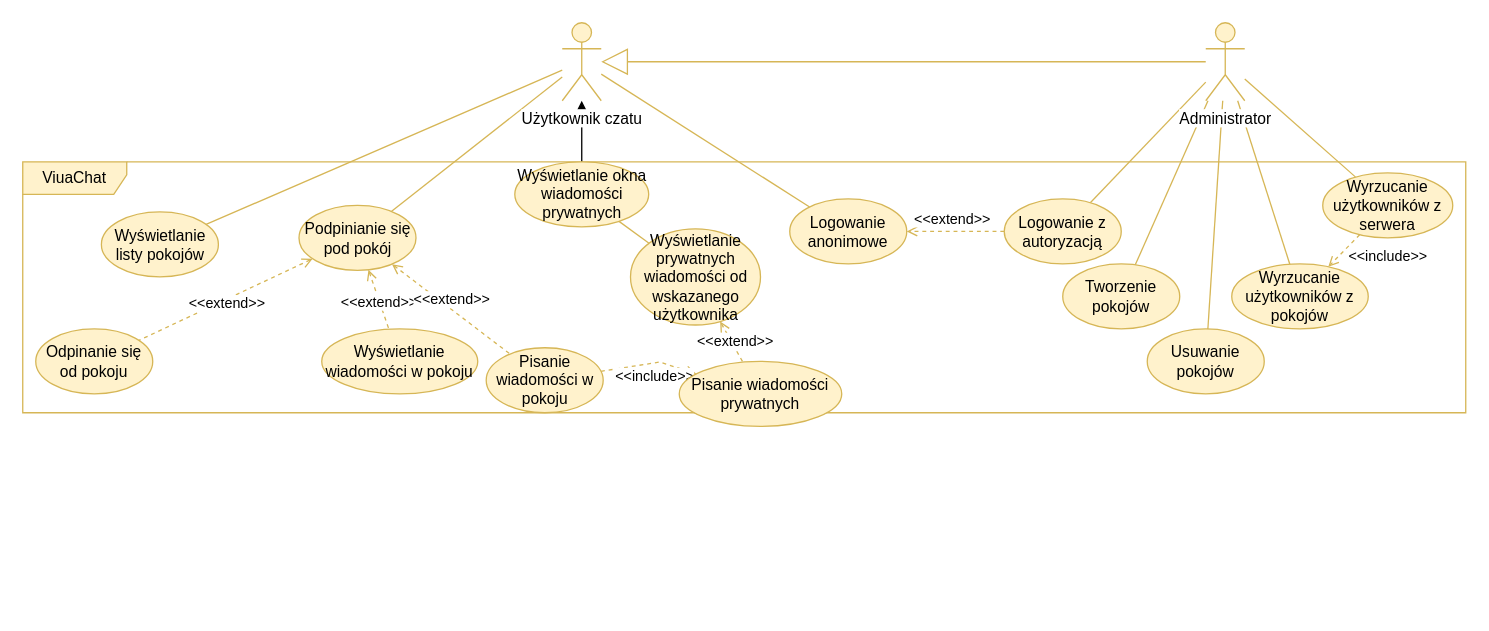
Before: viuachat/diag/DPU viuachat.drawio in marekjm/inzynierka, a draw.io diagram. Source tidied: cells renumbered, new cells numbered last; positions are measured from the earlier drawing's top-left corner, leaving out a move shared by most shapes. Both pictures are drawn from the tidied source at 130%, with x=0, y=0 at pixel (22, 22).
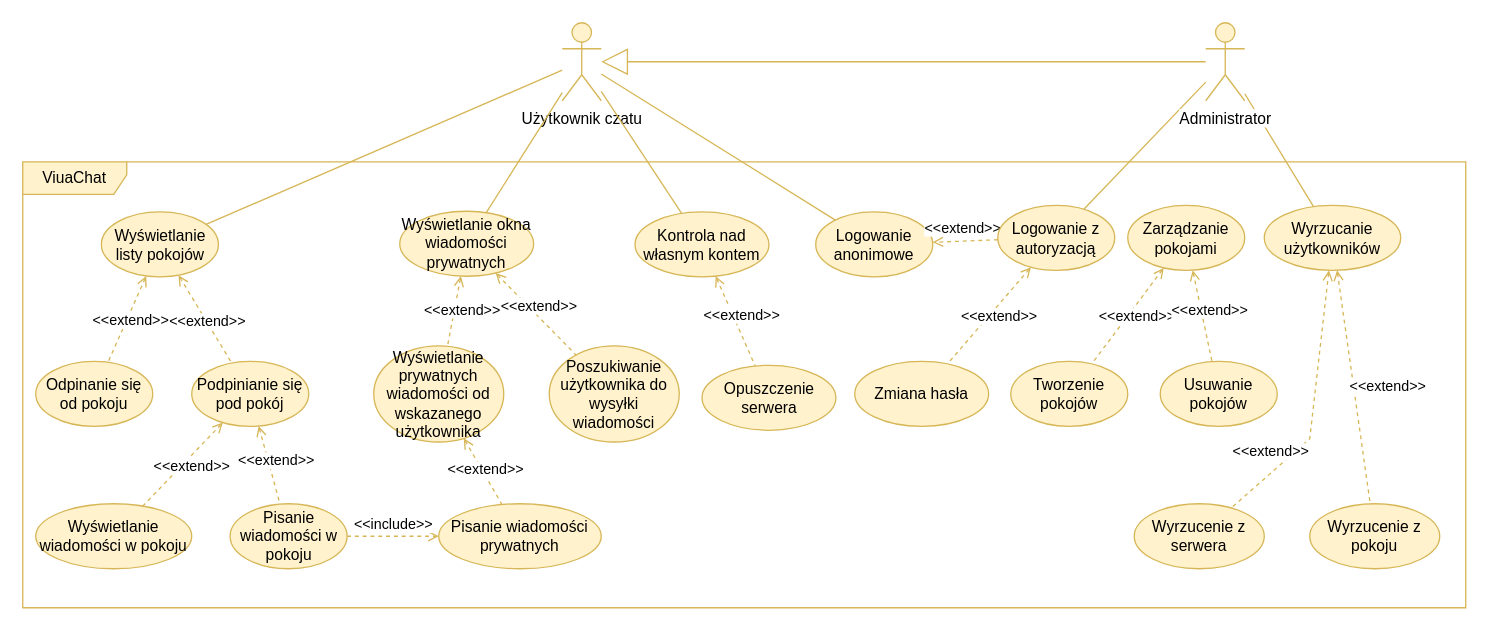
Above is the later version.

Commit message (it also covers changes not shown here):
Dodanie schematu nowego dpu i diagramu komunikacji

Unchanged cells that the change refers to:
```xml
<mxCell id="9" value="Administrator&lt;br&gt;" style="shape=umlActor;verticalLabelPosition=bottom;labelBackgroundColor=#ffffff;verticalAlign=top;html=1;outlineConnect=0;fillColor=#fff2cc;strokeColor=#d6b656;" parent="1" vertex="1">
  <mxGeometry x="910" width="30" height="60" as="geometry" />
</mxCell>
<mxCell id="14" value="Wyświetlanie listy pokojów" style="ellipse;whiteSpace=wrap;html=1;fillColor=#fff2cc;strokeColor=#d6b656;" parent="1" vertex="1">
  <mxGeometry x="60.5" y="145.5" width="90" height="50" as="geometry" />
</mxCell>
<mxCell id="36" value="Użytkownik czatu&lt;br&gt;" style="shape=umlActor;verticalLabelPosition=bottom;labelBackgroundColor=#ffffff;verticalAlign=top;html=1;outlineConnect=0;fillColor=#fff2cc;strokeColor=#d6b656;" parent="1" vertex="1">
  <mxGeometry x="415" width="30" height="60" as="geometry" />
</mxCell>
```

Diff of the diagram source:
```diff
@@
     <mxCell id="2" value="ViuaChat" style="shape=umlFrame;whiteSpace=wrap;html=1;fillColor=#fff2cc;strokeColor=#d6b656;width=80;height=25;" parent="1" vertex="1">
-      <mxGeometry y="107" width="1110" height="193" as="geometry" />
+      <mxGeometry y="107" width="1110" height="343" as="geometry" />
     </mxCell>
@@
-    <mxCell id="4" style="rounded=0;html=1;jettySize=auto;elbow=vertical;endArrow=none;endFill=0;fillColor=#fff2cc;strokeColor=#d6b656;" parent="1" edge="1" source="9" target="29">
-      <mxGeometry relative="1" as="geometry" />
-    </mxCell>
-    <mxCell id="5" style="edgeStyle=none;rounded=0;html=1;endArrow=none;endFill=0;jettySize=auto;fillColor=#fff2cc;strokeColor=#d6b656;" parent="1" edge="1" source="9" target="33">
-      <mxGeometry relative="1" as="geometry" />
-    </mxCell>
-    <mxCell id="6" style="edgeStyle=none;rounded=0;html=1;endArrow=none;endFill=0;jettySize=auto;fillColor=#fff2cc;strokeColor=#d6b656;" parent="1" edge="1" source="9" target="34">
-      <mxGeometry relative="1" as="geometry" />
-    </mxCell>
@@
     <mxCell id="11" value="Logowanie anonimowe" style="ellipse;whiteSpace=wrap;html=1;fillColor=#fff2cc;strokeColor=#d6b656;" parent="1" vertex="1">
-      <mxGeometry x="590" y="135.5" width="90" height="50" as="geometry" />
+      <mxGeometry x="610" y="145.5" width="90" height="50" as="geometry" />
     </mxCell>
@@
     <mxCell id="13" value="Logowanie z autoryzacją" style="ellipse;whiteSpace=wrap;html=1;fillColor=#fff2cc;strokeColor=#d6b656;" parent="1" vertex="1">
-      <mxGeometry x="755" y="135.5" width="90" height="50" as="geometry" />
+      <mxGeometry x="750" y="140.5" width="90" height="50" as="geometry" />
     </mxCell>
@@
-    <mxCell id="15" value="&amp;lt;&amp;lt;extend&amp;gt;&amp;gt;" style="rounded=0;html=1;jettySize=auto;endArrow=none;endFill=0;dashed=1;fillColor=#fff2cc;strokeColor=#d6b656;startArrow=open;startFill=0;" parent="1" edge="1" source="19" target="26">
+    <mxCell id="15" value="&amp;lt;&amp;lt;extend&amp;gt;&amp;gt;" style="rounded=0;html=1;jettySize=auto;endArrow=none;endFill=0;dashed=1;fillColor=#fff2cc;strokeColor=#d6b656;startArrow=open;startFill=0;" parent="1" edge="1" source="14" target="19">
       <mxGeometry x="0.06" relative="1" as="geometry" />
     </mxCell>
@@
-    <mxCell id="17" value="&amp;lt;&amp;lt;extend&amp;gt;&amp;gt;" style="rounded=0;html=1;jettySize=auto;endArrow=none;endFill=0;dashed=1;fillColor=#fff2cc;strokeColor=#d6b656;startArrow=open;startFill=0;" parent="1" edge="1" source="19" target="21">
+    <mxCell id="17" value="&amp;lt;&amp;lt;extend&amp;gt;&amp;gt;" style="rounded=0;html=1;jettySize=auto;endArrow=none;endFill=0;dashed=1;fillColor=#fff2cc;strokeColor=#d6b656;startArrow=open;startFill=0;" parent="1" edge="1" source="14" target="21">
       <mxGeometry y="3" relative="1" as="geometry" />
     </mxCell>
-    <mxCell id="18" style="rounded=0;jettySize=auto;html=1;fillColor=#fff2cc;strokeColor=#d6b656;endArrow=none;endFill=0;" parent="1" edge="1" source="19" target="36">
-      <mxGeometry relative="1" as="geometry" />
-    </mxCell>
     <mxCell id="19" value="Podpinianie się pod pokój" style="ellipse;whiteSpace=wrap;html=1;fillColor=#fff2cc;strokeColor=#d6b656;" parent="1" vertex="1">
-      <mxGeometry x="212.5" y="140.5" width="90" height="50" as="geometry" />
+      <mxGeometry x="130" y="260.5" width="90" height="50" as="geometry" />
     </mxCell>
     <mxCell id="20" value="Pisanie wiadomości w pokoju" style="ellipse;whiteSpace=wrap;html=1;fillColor=#fff2cc;strokeColor=#d6b656;" parent="1" vertex="1">
-      <mxGeometry x="356.5" y="250" width="90" height="50" as="geometry" />
+      <mxGeometry x="159.5" y="370" width="90" height="50" as="geometry" />
     </mxCell>
     <mxCell id="21" value="Odpinanie się od pokoju" style="ellipse;whiteSpace=wrap;html=1;fillColor=#fff2cc;strokeColor=#d6b656;" parent="1" vertex="1">
-      <mxGeometry x="10" y="235.5" width="90" height="50" as="geometry" />
+      <mxGeometry x="10" y="260.5" width="90" height="50" as="geometry" />
     </mxCell>
-    <mxCell id="22" style="edgeStyle=orthogonalEdgeStyle;rounded=0;jettySize=auto;html=1;" parent="1" edge="1" source="23" target="36">
-      <mxGeometry relative="1" as="geometry" />
-    </mxCell>
     <mxCell id="23" value="Wyświetlanie okna wiadomości prywatnych" style="ellipse;whiteSpace=wrap;html=1;fillColor=#fff2cc;strokeColor=#d6b656;" parent="1" vertex="1">
-      <mxGeometry x="378.5" y="107" width="103" height="50" as="geometry" />
+      <mxGeometry x="290" y="145" width="103" height="50" as="geometry" />
     </mxCell>
-    <mxCell id="24" style="edgeStyle=none;rounded=0;jettySize=auto;html=1;endArrow=none;endFill=0;fillColor=#fff2cc;strokeColor=#d6b656;" parent="1" edge="1" source="25" target="23">
-      <mxGeometry relative="1" as="geometry" />
-    </mxCell>
     <mxCell id="25" value="Wyświetlanie prywatnych wiadomości od wskazanego użytkownika" style="ellipse;whiteSpace=wrap;html=1;fillColor=#fff2cc;strokeColor=#d6b656;" parent="1" vertex="1">
-      <mxGeometry x="467.5" y="158.5" width="100" height="74" as="geometry" />
+      <mxGeometry x="270" y="248.5" width="100" height="74" as="geometry" />
     </mxCell>
     <mxCell id="26" value="Wyświetlanie wiadomości w pokoju" style="ellipse;whiteSpace=wrap;html=1;fillColor=#fff2cc;strokeColor=#d6b656;" parent="1" vertex="1">
-      <mxGeometry x="230" y="235.5" width="120" height="50" as="geometry" />
+      <mxGeometry x="10" y="370" width="120" height="50" as="geometry" />
     </mxCell>
-    <mxCell id="27" value="Wyrzucanie użytkowników z pokojów" style="ellipse;whiteSpace=wrap;html=1;fillColor=#fff2cc;strokeColor=#d6b656;" parent="1" vertex="1">
-      <mxGeometry x="930" y="185.5" width="105" height="50" as="geometry" />
+    <mxCell id="27" value="Wyrzucanie użytkowników" style="ellipse;whiteSpace=wrap;html=1;fillColor=#fff2cc;strokeColor=#d6b656;" parent="1" vertex="1">
+      <mxGeometry x="955" y="140.5" width="105" height="50" as="geometry" />
     </mxCell>
-    <mxCell id="28" value="&amp;lt;&amp;lt;include&amp;gt;&amp;gt;" style="rounded=0;html=1;jettySize=auto;dashed=1;endArrow=open;endFill=0;fillColor=#fff2cc;strokeColor=#d6b656;" parent="1" edge="1" source="29" target="27">
-      <mxGeometry x="-1" y="27" relative="1" as="geometry">
-        <mxPoint x="2" y="-2" as="offset" />
-      </mxGeometry>
-    </mxCell>
-    <mxCell id="29" value="Wyrzucanie użytkowników z serwera" style="ellipse;whiteSpace=wrap;html=1;fillColor=#fff2cc;strokeColor=#d6b656;" parent="1" vertex="1">
-      <mxGeometry x="1000" y="115.5" width="100" height="50" as="geometry" />
+    <mxCell id="29" value="Wyrzucenie z pokoju" style="ellipse;whiteSpace=wrap;html=1;fillColor=#fff2cc;strokeColor=#d6b656;" parent="1" vertex="1">
+      <mxGeometry x="990" y="370" width="100" height="50" as="geometry" />
     </mxCell>
@@
     <mxCell id="31" value="&amp;lt;&amp;lt;include&amp;gt;&amp;gt;" style="edgeStyle=none;rounded=0;html=1;dashed=1;startArrow=none;startFill=0;endArrow=open;endFill=0;jettySize=auto;fillColor=#fff2cc;strokeColor=#d6b656;" parent="1" edge="1" source="20" target="32">
-      <mxGeometry x="0.03" y="-9" relative="1" as="geometry">
-        <Array as="points">
-          <mxPoint x="490" y="261" />
-        </Array>
-        <mxPoint x="1" y="1" as="offset" />
-      </mxGeometry>
+      <mxGeometry x="-0.01" y="9" relative="1" as="geometry" />
     </mxCell>
     <mxCell id="32" value="Pisanie wiadomości prywatnych" style="ellipse;whiteSpace=wrap;html=1;fillColor=#fff2cc;strokeColor=#d6b656;" parent="1" vertex="1">
-      <mxGeometry x="505" y="260.5" width="125" height="50" as="geometry" />
+      <mxGeometry x="320" y="370" width="125" height="50" as="geometry" />
     </mxCell>
     <mxCell id="33" value="Tworzenie pokojów" style="ellipse;whiteSpace=wrap;html=1;fillColor=#fff2cc;strokeColor=#d6b656;" parent="1" vertex="1">
-      <mxGeometry x="800" y="185.5" width="90" height="50" as="geometry" />
+      <mxGeometry x="760" y="260.5" width="90" height="50" as="geometry" />
     </mxCell>
     <mxCell id="34" value="Usuwanie pokojów" style="ellipse;whiteSpace=wrap;html=1;fillColor=#fff2cc;strokeColor=#d6b656;" parent="1" vertex="1">
-      <mxGeometry x="865" y="235.5" width="90" height="50" as="geometry" />
+      <mxGeometry x="875" y="260.5" width="90" height="50" as="geometry" />
     </mxCell>
@@
+    <mxCell id="37" value="&amp;lt;&amp;lt;extend&amp;gt;&amp;gt;" style="rounded=0;html=1;jettySize=auto;endArrow=none;endFill=0;dashed=1;fillColor=#fff2cc;strokeColor=#d6b656;startArrow=open;startFill=0;" parent="1" edge="1" source="19" target="26">
+      <mxGeometry x="-0.08" y="6" relative="1" as="geometry" />
+    </mxCell>
+    <mxCell id="38" value="&amp;lt;&amp;lt;extend&amp;gt;&amp;gt;" style="rounded=0;html=1;jettySize=auto;endArrow=none;endFill=0;dashed=1;fillColor=#fff2cc;strokeColor=#d6b656;startArrow=open;startFill=0;" parent="1" edge="1" source="23" target="25">
+      <mxGeometry x="-0.08" y="6" relative="1" as="geometry" />
+    </mxCell>
+    <mxCell id="39" value="Poszukiwanie użytkownika do wysyłki wiadomości" style="ellipse;whiteSpace=wrap;html=1;fillColor=#fff2cc;strokeColor=#d6b656;" parent="1" vertex="1">
+      <mxGeometry x="405" y="248.5" width="100" height="74" as="geometry" />
+    </mxCell>
+    <mxCell id="40" value="&amp;lt;&amp;lt;extend&amp;gt;&amp;gt;" style="rounded=0;html=1;jettySize=auto;endArrow=none;endFill=0;dashed=1;fillColor=#fff2cc;strokeColor=#d6b656;startArrow=open;startFill=0;" parent="1" edge="1" source="23" target="39">
+      <mxGeometry x="-0.08" y="6" relative="1" as="geometry" />
+    </mxCell>
+    <mxCell id="41" style="edgeStyle=none;rounded=0;html=1;startArrow=none;startFill=0;endArrow=none;endFill=0;jettySize=auto;fillColor=#fff2cc;strokeColor=#d6b656;" parent="1" edge="1" source="36" target="23">
+      <mxGeometry relative="1" as="geometry" />
+    </mxCell>
+    <mxCell id="42" value="Kontrola nad własnym kontem" style="ellipse;whiteSpace=wrap;html=1;fillColor=#fff2cc;strokeColor=#d6b656;" parent="1" vertex="1">
+      <mxGeometry x="471" y="145.5" width="103" height="50" as="geometry" />
+    </mxCell>
+    <mxCell id="43" value="Zarządzanie pokojami" style="ellipse;whiteSpace=wrap;html=1;fillColor=#fff2cc;strokeColor=#d6b656;" parent="1" vertex="1">
+      <mxGeometry x="850" y="140.5" width="90" height="50" as="geometry" />
+    </mxCell>
+    <mxCell id="44" value="&amp;lt;&amp;lt;extend&amp;gt;&amp;gt;" style="rounded=0;html=1;jettySize=auto;endArrow=none;endFill=0;dashed=1;fillColor=#fff2cc;strokeColor=#d6b656;startArrow=open;startFill=0;" parent="1" edge="1" source="43" target="33">
+      <mxGeometry x="-0.08" y="6" relative="1" as="geometry" />
+    </mxCell>
+    <mxCell id="45" value="&amp;lt;&amp;lt;extend&amp;gt;&amp;gt;" style="rounded=0;html=1;jettySize=auto;endArrow=none;endFill=0;dashed=1;fillColor=#fff2cc;strokeColor=#d6b656;startArrow=open;startFill=0;" parent="1" edge="1" source="43" target="34">
+      <mxGeometry x="-0.08" y="6" relative="1" as="geometry" />
+    </mxCell>
+    <mxCell id="46" value="Opuszczenie serwera" style="ellipse;whiteSpace=wrap;html=1;fillColor=#fff2cc;strokeColor=#d6b656;" parent="1" vertex="1">
+      <mxGeometry x="522.5" y="263.5" width="103" height="50" as="geometry" />
+    </mxCell>
+    <mxCell id="47" value="&amp;lt;&amp;lt;extend&amp;gt;&amp;gt;" style="rounded=0;html=1;jettySize=auto;endArrow=none;endFill=0;dashed=1;fillColor=#fff2cc;strokeColor=#d6b656;startArrow=open;startFill=0;" parent="1" edge="1" source="42" target="46">
+      <mxGeometry x="-0.08" y="6" relative="1" as="geometry" />
+    </mxCell>
+    <mxCell id="48" style="edgeStyle=none;rounded=0;jettySize=auto;html=1;endArrow=none;endFill=0;fillColor=#fff2cc;strokeColor=#d6b656;" parent="1" edge="1" source="42" target="36">
+      <mxGeometry relative="1" as="geometry" />
+    </mxCell>
+    <mxCell id="49" value="Zmiana hasła" style="ellipse;whiteSpace=wrap;html=1;fillColor=#fff2cc;strokeColor=#d6b656;" parent="1" vertex="1">
+      <mxGeometry x="640" y="260.5" width="103" height="50" as="geometry" />
+    </mxCell>
+    <mxCell id="50" value="&amp;lt;&amp;lt;extend&amp;gt;&amp;gt;" style="rounded=0;html=1;jettySize=auto;endArrow=none;endFill=0;dashed=1;fillColor=#fff2cc;strokeColor=#d6b656;startArrow=open;startFill=0;" parent="1" edge="1" source="13" target="49">
+      <mxGeometry x="-0.08" y="6" relative="1" as="geometry" />
+    </mxCell>
+    <mxCell id="51" value="Wyrzucenie z serwera" style="ellipse;whiteSpace=wrap;html=1;fillColor=#fff2cc;strokeColor=#d6b656;" parent="1" vertex="1">
+      <mxGeometry x="855" y="370" width="100" height="50" as="geometry" />
+    </mxCell>
+    <mxCell id="52" value="&amp;lt;&amp;lt;extend&amp;gt;&amp;gt;" style="rounded=0;html=1;jettySize=auto;endArrow=none;endFill=0;dashed=1;fillColor=#fff2cc;strokeColor=#d6b656;startArrow=open;startFill=0;" parent="1" edge="1" source="27" target="51">
+      <mxGeometry x="0.51" y="-12" relative="1" as="geometry">
+        <Array as="points">
+          <mxPoint x="990" y="320" />
+        </Array>
+        <mxPoint x="-1" as="offset" />
+      </mxGeometry>
+    </mxCell>
+    <mxCell id="53" value="&amp;lt;&amp;lt;extend&amp;gt;&amp;gt;" style="rounded=0;html=1;jettySize=auto;endArrow=none;endFill=0;dashed=1;fillColor=#fff2cc;strokeColor=#d6b656;startArrow=open;startFill=0;" parent="1" edge="1" source="27" target="29">
+      <mxGeometry x="0.04" y="26" relative="1" as="geometry" />
+    </mxCell>
```
